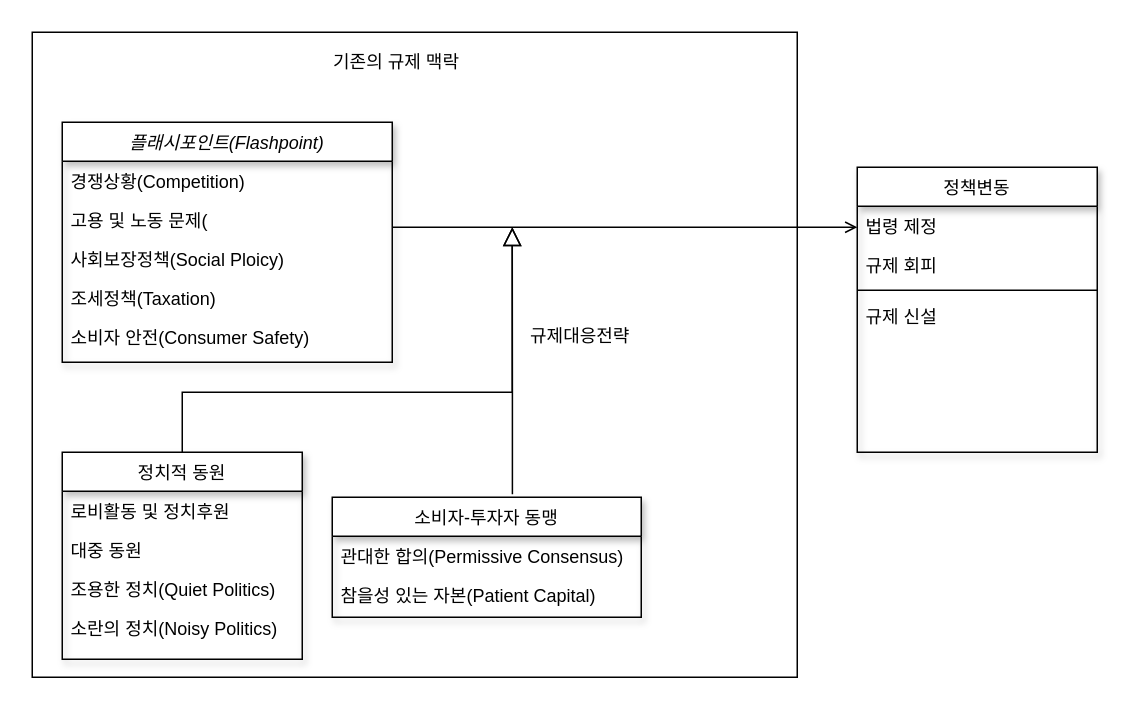
This is Diagram_Class.drawio from kjsang/analysis.coupang, a draw.io file, before an edit. Source tidied: cells renumbered, new cells numbered last; positions are measured from the earlier drawing's top-left corner, leaving out a move shared by most shapes. Both pictures are drawn from the tidied source at 150%, with x=0, y=0 at pixel (32, 32).
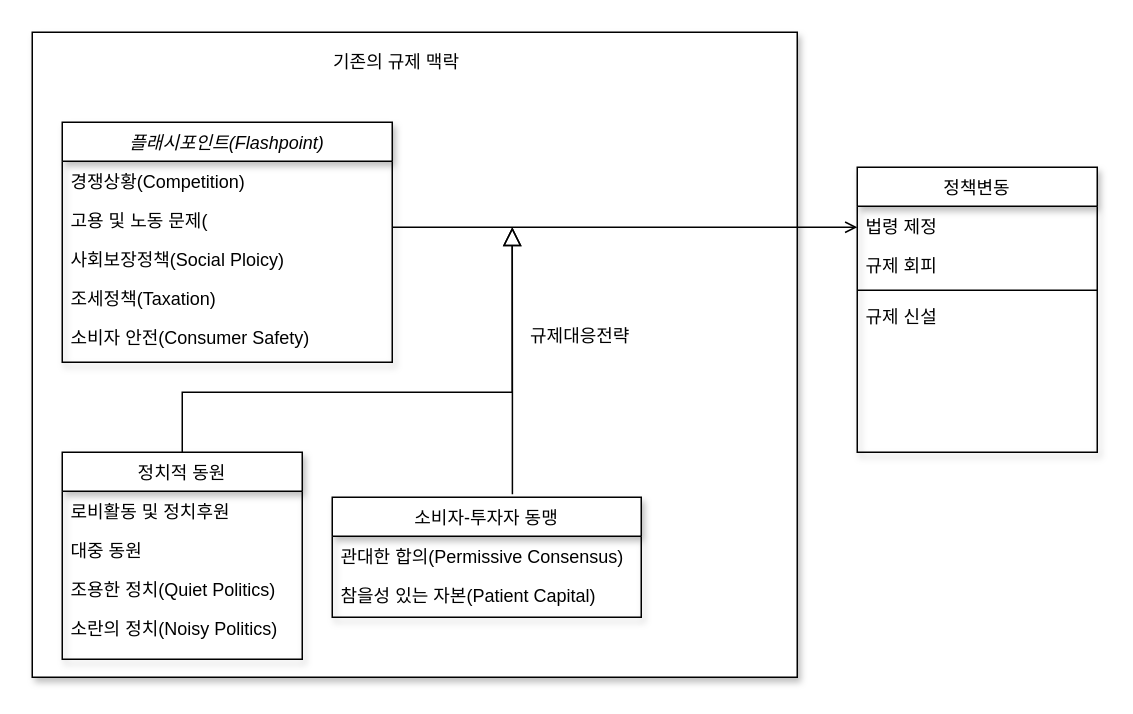
The same page after the edit.

What changed in the source:
```diff
@@
-    <mxCell id="2" style="rounded=0;whiteSpace=wrap;html=1;shadow=0;" parent="1" vertex="1">
+    <mxCell id="2" style="rounded=0;whiteSpace=wrap;html=1;shadow=1;" parent="1" vertex="1">
       <mxGeometry width="510" height="430" as="geometry" />
     </mxCell>
```
